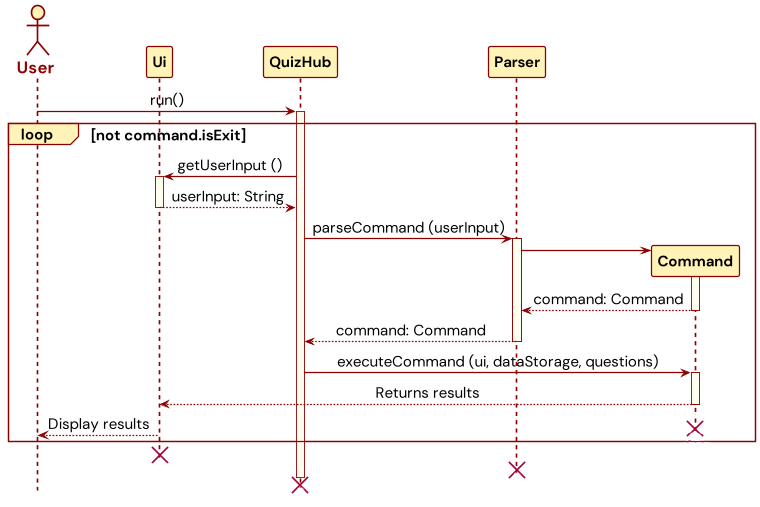
The PlantUML diagram docs/UML/Images/applicationLifecycle.png in nus-cs2113-AY2324S1/tp, before a commit. Its source is kept beside it as docs/UML/Puml/applicationLifecycle.puml.
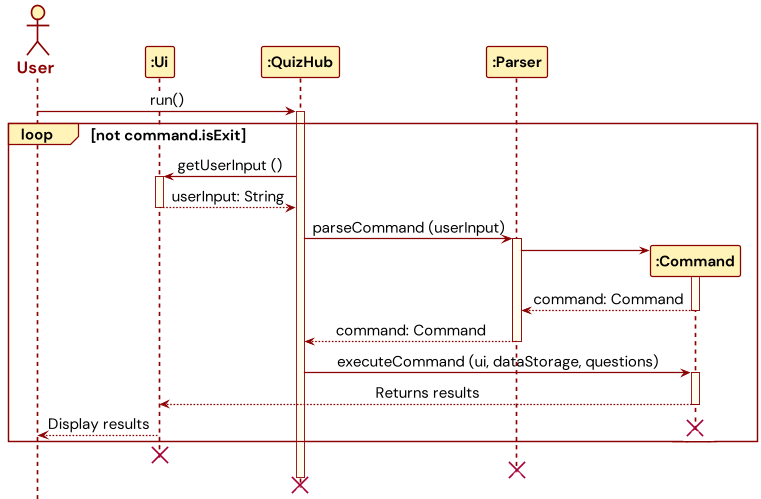
The same diagram one commit later.

Commit message:
Updated parseCommand UML diagram to standardise style and add vaue

What changed in the source:
```diff
@@ -2,10 +2,10 @@
 !include Style.puml
 
 actor User
-participant Ui
-participant QuizHub
-participant Parser
-participant Command
+participant ":Ui" as Ui
+participant ":QuizHub" as QuizHub
+participant ":Parser" as Parser
+participant ":Command" as Command
 
 User -> QuizHub: run()
 activate QuizHub
```
